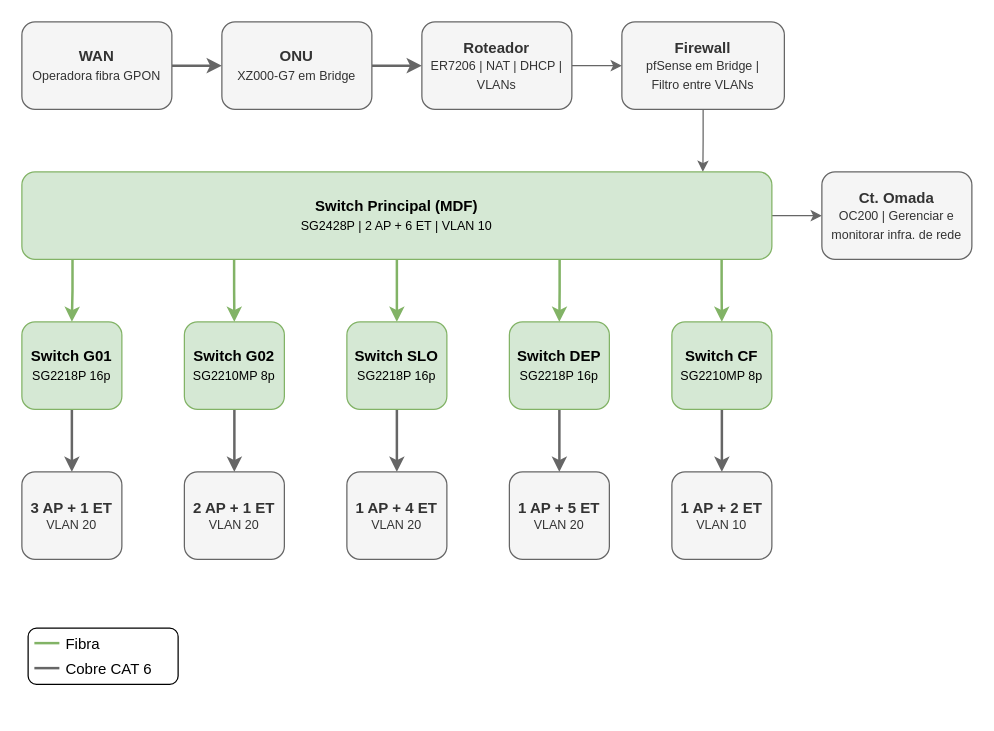
This is diagramas/PIGI-100 - Diagrama Topologia Lógica Rede.drawio from GabrielSchiavo/projeto-rede-fazenda, a draw.io file, before an edit. Source tidied: cells renumbered, new cells numbered last; positions are measured from the earlier drawing's top-left corner, leaving out a move shared by most shapes. Both pictures are drawn from the tidied source at 125%, with x=0, y=0 at pixel (21, 21).
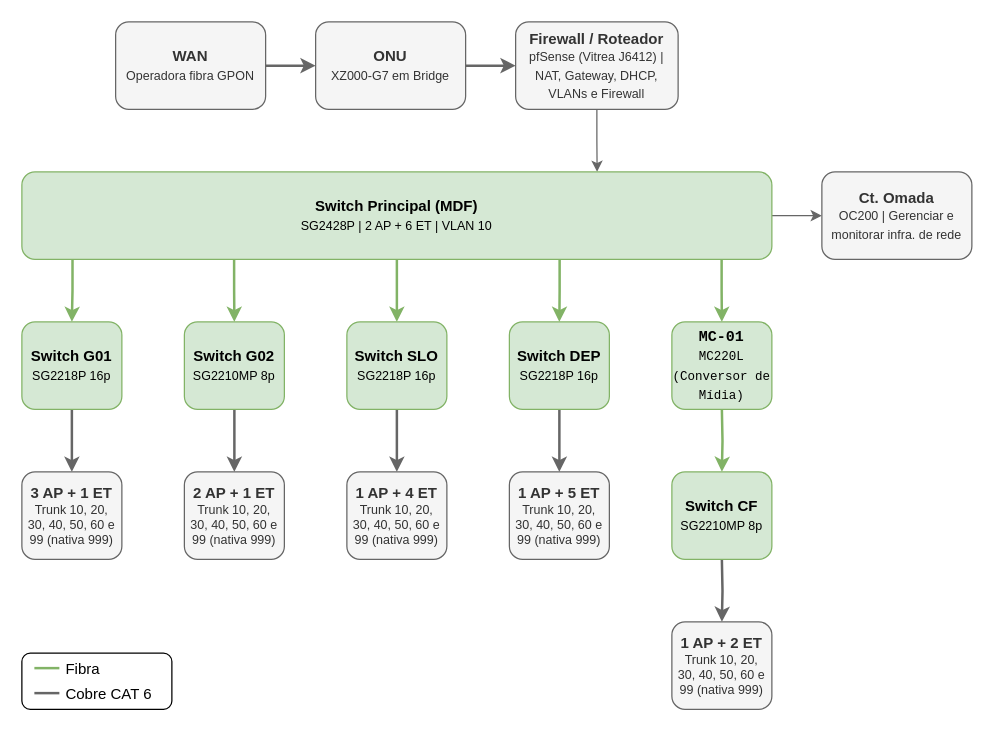
The same page after the edit.

Unchanged cells that the change refers to:
```xml
<mxCell id="14" value="&lt;div&gt;&lt;font&gt;&lt;b&gt;Switch Principal (MDF)&lt;/b&gt;&lt;/font&gt;&lt;/div&gt;&lt;font style=&quot;font-size: 10px;&quot;&gt;SG2428P | 2 AP + 6 ET | VLAN 10&lt;/font&gt;" style="whiteSpace=wrap;html=1;rounded=1;roundedPerimeter=1;verticalAlign=middle;fillColor=#d5e8d4;strokeColor=#82b366;" parent="1" vertex="1">
  <mxGeometry y="120" width="600" height="70" as="geometry" />
</mxCell>
```

What changed in the source:
```diff
@@
     <mxCell id="3" value="&lt;div&gt;&lt;font&gt;&lt;b&gt;&lt;font&gt;WAN&lt;/font&gt;&lt;/b&gt;&lt;/font&gt;&lt;/div&gt;&lt;div&gt;&lt;font style=&quot;font-size: 10px;&quot;&gt;Operadora fibra GPON&lt;/font&gt;&lt;/div&gt;" style="whiteSpace=wrap;html=1;rounded=1;roundedPerimeter=1;verticalAlign=middle;fillColor=#f5f5f5;fontColor=#333333;strokeColor=#666666;" parent="1" vertex="1">
-      <mxGeometry width="120" height="70" as="geometry" />
+      <mxGeometry x="75" width="120" height="70" as="geometry" />
     </mxCell>
     <mxCell id="4" style="edgeStyle=orthogonalEdgeStyle;rounded=0;jettySize=auto;html=1;entryX=0;entryY=0.5;entryDx=0;entryDy=0;fillColor=#f5f5f5;strokeColor=#666666;strokeWidth=2;" parent="1" edge="1" source="5">
       <mxGeometry relative="1" as="geometry">
-        <mxPoint x="320" y="35" as="targetPoint" />
+        <mxPoint x="395" y="35" as="targetPoint" />
       </mxGeometry>
     </mxCell>
     <mxCell id="5" value="&lt;div&gt;&lt;b&gt;&lt;font&gt;ONU&lt;/font&gt;&lt;/b&gt;&lt;/div&gt;&lt;div&gt;&lt;font style=&quot;font-size: 10px;&quot;&gt;XZ000-G7 em Bridge&lt;/font&gt;&lt;/div&gt;" style="whiteSpace=wrap;html=1;rounded=1;roundedPerimeter=1;verticalAlign=middle;fillColor=#f5f5f5;fontColor=#333333;strokeColor=#666666;" parent="1" vertex="1">
-      <mxGeometry x="160" width="120" height="70" as="geometry" />
+      <mxGeometry x="235" width="120" height="70" as="geometry" />
     </mxCell>
-    <mxCell id="6" style="edgeStyle=orthogonalEdgeStyle;rounded=0;jettySize=auto;html=1;entryX=0.908;entryY=0;entryDx=0;entryDy=0;defaultLabelBackgroundColor=page;labelPadding=0 4;strokeColor=#666666;" parent="1" edge="1" source="7" target="14">
+    <mxCell id="6" style="edgeStyle=orthogonalEdgeStyle;rounded=0;jettySize=auto;html=1;entryX=0.767;entryY=0;entryDx=0;entryDy=0;defaultLabelBackgroundColor=page;labelPadding=0 4;strokeColor=#666666;" parent="1" edge="1" source="7" target="14">
       <mxGeometry relative="1" as="geometry" />
     </mxCell>
-    <mxCell id="7" value="&lt;div&gt;&lt;b&gt;&lt;font&gt;Firewall&lt;/font&gt;&lt;/b&gt;&lt;/div&gt;&lt;div&gt;&lt;font style=&quot;font-size: 10px;&quot;&gt;pfSense em Bridge |&lt;br&gt;Filtro entre VLANs&lt;/font&gt;&lt;/div&gt;" style="whiteSpace=wrap;html=1;rounded=1;roundedPerimeter=1;verticalAlign=middle;fillColor=#f5f5f5;fontColor=#333333;strokeColor=#666666;" parent="1" vertex="1">
-      <mxGeometry x="480" width="130" height="70" as="geometry" />
+    <mxCell id="7" value="&lt;div&gt;&lt;b&gt;Firewall / Roteador&lt;/b&gt;&lt;/div&gt;&lt;div&gt;&lt;span style=&quot;font-size: 10px;&quot;&gt;pfSense (Vitrea J6412) | NAT, Gateway, DHCP, VLANs e Firewall&lt;/span&gt;&lt;/div&gt;" style="whiteSpace=wrap;html=1;rounded=1;roundedPerimeter=1;verticalAlign=middle;fillColor=#f5f5f5;fontColor=#333333;strokeColor=#666666;" parent="1" vertex="1">
+      <mxGeometry x="395" width="130" height="70" as="geometry" />
     </mxCell>
@@
-    <mxCell id="23" style="edgeStyle=orthogonalEdgeStyle;rounded=0;jettySize=auto;html=1;fillColor=#f5f5f5;strokeColor=#666666;strokeWidth=2;" parent="1" edge="1" source="24" target="29">
-      <mxGeometry relative="1" as="geometry" />
+    <mxCell id="23" style="edgeStyle=orthogonalEdgeStyle;rounded=0;jettySize=auto;html=1;fillColor=#f5f5f5;strokeColor=#666666;strokeWidth=2;" parent="1" edge="1" target="29">
+      <mxGeometry relative="1" as="geometry">
+        <mxPoint x="560" y="430" as="sourcePoint" />
+      </mxGeometry>
     </mxCell>
-    <mxCell id="24" value="&lt;div&gt;&lt;font&gt;&lt;b&gt;Switch CF&lt;/b&gt;&lt;/font&gt;&lt;/div&gt;&lt;font style=&quot;font-size: 10px;&quot;&gt;SG2210MP 8p&lt;/font&gt;" style="whiteSpace=wrap;html=1;rounded=1;roundedPerimeter=1;fillColor=#d5e8d4;strokeColor=#82b366;" parent="1" vertex="1">
+    <mxCell id="24" value="&lt;code dir=&quot;ltr&quot; style=&quot;&quot;&gt;&lt;b&gt;MC-01&lt;/b&gt;&lt;/code&gt;&lt;div&gt;&lt;code dir=&quot;ltr&quot; style=&quot;&quot;&gt;&lt;font style=&quot;font-size: 10px;&quot;&gt;MC220L (Conversor de Mídia)&lt;/font&gt;&lt;/code&gt;&lt;/div&gt;" style="whiteSpace=wrap;html=1;rounded=1;roundedPerimeter=1;fillColor=#d5e8d4;strokeColor=#82b366;" parent="1" vertex="1">
       <mxGeometry x="520" y="240" width="80" height="70" as="geometry" />
     </mxCell>
-    <mxCell id="25" value="&lt;font style=&quot;font-size: 12px;&quot;&gt;&lt;b&gt;3 AP + 1 ET&lt;/b&gt;&lt;/font&gt;&lt;br&gt;VLAN 20" style="whiteSpace=wrap;html=1;rounded=1;roundedPerimeter=1;fontSize=10;fillColor=#f5f5f5;fontColor=#333333;strokeColor=#666666;" parent="1" vertex="1">
+    <mxCell id="25" value="&lt;font style=&quot;font-size: 12px;&quot;&gt;&lt;b&gt;3 AP + 1 ET&lt;/b&gt;&lt;/font&gt;&lt;br&gt;Trunk 10, 20,&lt;div&gt;30, 40, 50, 60 e 99 (nativa 999)&lt;/div&gt;" style="whiteSpace=wrap;html=1;rounded=1;roundedPerimeter=1;fontSize=10;fillColor=#f5f5f5;fontColor=#333333;strokeColor=#666666;" parent="1" vertex="1">
       <mxGeometry y="360" width="80" height="70" as="geometry" />
     </mxCell>
-    <mxCell id="26" value="&lt;font style=&quot;font-size: 12px;&quot;&gt;&lt;b&gt;2 AP + 1 ET&lt;/b&gt;&lt;/font&gt;&lt;br&gt;VLAN 20" style="whiteSpace=wrap;html=1;rounded=1;roundedPerimeter=1;fontSize=10;fillColor=#f5f5f5;fontColor=#333333;strokeColor=#666666;" parent="1" vertex="1">
+    <mxCell id="26" value="&lt;font style=&quot;font-size: 12px;&quot;&gt;&lt;b&gt;2 AP + 1 ET&lt;/b&gt;&lt;/font&gt;&lt;br&gt;Trunk 10, 20,&lt;div&gt;30, 40, 50, 60 e 99 (nativa 999)&lt;/div&gt;" style="whiteSpace=wrap;html=1;rounded=1;roundedPerimeter=1;fontSize=10;fillColor=#f5f5f5;fontColor=#333333;strokeColor=#666666;" parent="1" vertex="1">
       <mxGeometry x="130" y="360" width="80" height="70" as="geometry" />
     </mxCell>
-    <mxCell id="27" value="&lt;font style=&quot;font-size: 12px;&quot;&gt;&lt;b&gt;1 AP + 4 ET&lt;/b&gt;&lt;/font&gt;&lt;br&gt;VLAN 20" style="whiteSpace=wrap;html=1;rounded=1;roundedPerimeter=1;fontSize=10;fillColor=#f5f5f5;fontColor=#333333;strokeColor=#666666;" parent="1" vertex="1">
+    <mxCell id="27" value="&lt;font style=&quot;font-size: 12px;&quot;&gt;&lt;b&gt;1 AP + 4 ET&lt;/b&gt;&lt;/font&gt;&lt;br&gt;Trunk 10, 20,&lt;div&gt;30, 40, 50, 60 e 99 (nativa 999)&lt;/div&gt;" style="whiteSpace=wrap;html=1;rounded=1;roundedPerimeter=1;fontSize=10;fillColor=#f5f5f5;fontColor=#333333;strokeColor=#666666;" parent="1" vertex="1">
       <mxGeometry x="260" y="360" width="80" height="70" as="geometry" />
     </mxCell>
-    <mxCell id="28" value="&lt;b&gt;&lt;font style=&quot;font-size: 12px;&quot;&gt;1 AP + 5 ET&lt;/font&gt;&lt;/b&gt;&lt;br&gt;VLAN 20" style="whiteSpace=wrap;html=1;rounded=1;roundedPerimeter=1;fontSize=10;fillColor=#f5f5f5;fontColor=#333333;strokeColor=#666666;strokeWidth=1;" parent="1" vertex="1">
+    <mxCell id="28" value="&lt;b&gt;&lt;font style=&quot;font-size: 12px;&quot;&gt;1 AP + 5 ET&lt;/font&gt;&lt;/b&gt;&lt;br&gt;Trunk 10, 20,&lt;div&gt;30, 40, 50, 60 e 99 (nativa 999)&lt;/div&gt;" style="whiteSpace=wrap;html=1;rounded=1;roundedPerimeter=1;fontSize=10;fillColor=#f5f5f5;fontColor=#333333;strokeColor=#666666;strokeWidth=1;" parent="1" vertex="1">
       <mxGeometry x="390" y="360" width="80" height="70" as="geometry" />
     </mxCell>
-    <mxCell id="29" value="&lt;b&gt;&lt;font style=&quot;font-size: 12px;&quot;&gt;1 AP + 2 ET&lt;/font&gt;&lt;/b&gt;&lt;br&gt;VLAN 10" style="whiteSpace=wrap;html=1;rounded=1;roundedPerimeter=1;fontSize=10;fillColor=#f5f5f5;fontColor=#333333;strokeColor=#666666;" parent="1" vertex="1">
-      <mxGeometry x="520" y="360" width="80" height="70" as="geometry" />
+    <mxCell id="29" value="&lt;b&gt;&lt;font style=&quot;font-size: 12px;&quot;&gt;1 AP + 2 ET&lt;/font&gt;&lt;/b&gt;&lt;br&gt;Trunk 10, 20,&lt;div&gt;30, 40, 50, 60 e 99 (nativa 999)&lt;/div&gt;" style="whiteSpace=wrap;html=1;rounded=1;roundedPerimeter=1;fontSize=10;fillColor=#f5f5f5;fontColor=#333333;strokeColor=#666666;" parent="1" vertex="1">
+      <mxGeometry x="520" y="480" width="80" height="70" as="geometry" />
     </mxCell>
@@
-    <mxCell id="31" style="group;" parent="1" vertex="1">
-      <mxGeometry x="10" y="490" width="115" height="45" as="geometry" />
-    </mxCell>
+    <mxCell id="40" style="edgeStyle=orthogonalEdgeStyle;rounded=0;jettySize=auto;html=1;exitX=0.933;exitY=1;exitDx=0;exitDy=0;strokeWidth=2;fillColor=#d5e8d4;strokeColor=#82b366;" parent="1" edge="1" target="41">
+      <mxGeometry relative="1" as="geometry">
+        <mxPoint x="560" y="310" as="sourcePoint" />
+      </mxGeometry>
+    </mxCell>
-    <mxCell id="32" style="rounded=1;whiteSpace=wrap;html=1;" parent="31" vertex="1">
-      <mxGeometry x="-5" y="-5" width="120" height="45" as="geometry" />
+    <mxCell id="32" style="rounded=1;whiteSpace=wrap;html=1;" parent="1" vertex="1">
+      <mxGeometry y="505" width="120" height="45" as="geometry" />
     </mxCell>
+    <mxCell id="41" value="&lt;div&gt;&lt;font&gt;&lt;b&gt;Switch CF&lt;/b&gt;&lt;/font&gt;&lt;/div&gt;&lt;font style=&quot;font-size: 10px;&quot;&gt;SG2210MP 8p&lt;/font&gt;" style="whiteSpace=wrap;html=1;rounded=1;roundedPerimeter=1;fillColor=#d5e8d4;strokeColor=#82b366;" parent="1" vertex="1">
+      <mxGeometry x="520" y="360" width="80" height="70" as="geometry" />
+    </mxCell>
+    <mxCell id="42" style="group;" parent="1" vertex="1">
+      <mxGeometry x="10" y="510" width="50" height="15" as="geometry" />
+    </mxCell>
-    <mxCell id="33" style="edgeStyle=none;orthogonalLoop=1;jettySize=auto;html=1;rounded=0;endArrow=none;endFill=0;fontColor=#00FF80;strokeColor=#82b366;fillColor=#d5e8d4;strokeWidth=2;" parent="31" edge="1">
+    <mxCell id="33" style="edgeStyle=none;orthogonalLoop=1;jettySize=auto;html=1;rounded=0;endArrow=none;endFill=0;fontColor=#00FF80;strokeColor=#82b366;fillColor=#d5e8d4;strokeWidth=2;" parent="42" edge="1">
       <mxGeometry relative="1" as="geometry">
         <mxPoint y="7" as="sourcePoint" />
         <mxPoint x="20" y="7" as="targetPoint" />
       </mxGeometry>
     </mxCell>
-    <mxCell id="34" value="&lt;font style=&quot;font-size: 12px;&quot;&gt;&amp;nbsp;Fibra&lt;/font&gt;" style="text;html=1;whiteSpace=wrap;strokeColor=none;fillColor=none;align=left;verticalAlign=middle;rounded=0;fontSize=10;" parent="31" vertex="1">
+    <mxCell id="34" value="&lt;font style=&quot;font-size: 12px;&quot;&gt;&amp;nbsp;Fibra&lt;/font&gt;" style="text;html=1;whiteSpace=wrap;strokeColor=none;fillColor=none;align=left;verticalAlign=middle;rounded=0;fontSize=10;" parent="42" vertex="1">
       <mxGeometry x="20" width="30" height="15" as="geometry" />
     </mxCell>
     <mxCell id="35" style="group;" parent="1" vertex="1">
-      <mxGeometry x="10" y="510" width="100" height="15" as="geometry" />
+      <mxGeometry x="10" y="530" width="100" height="15" as="geometry" />
     </mxCell>
@@
-    <mxCell id="38" style="edgeStyle=orthogonalEdgeStyle;rounded=0;jettySize=auto;html=1;entryX=0;entryY=0.5;entryDx=0;entryDy=0;defaultLabelBackgroundColor=page;labelPadding=0 4;strokeColor=#666666;" parent="1" edge="1" source="39" target="7">
-      <mxGeometry relative="1" as="geometry" />
-    </mxCell>
-    <mxCell id="39" value="&lt;div&gt;&lt;b&gt;Roteador&lt;/b&gt;&lt;/div&gt;&lt;div&gt;&lt;font style=&quot;font-size: 10px;&quot;&gt;ER7206 | NAT | DHCP |&lt;br&gt;VLANs&lt;/font&gt;&lt;/div&gt;" style="whiteSpace=wrap;html=1;rounded=1;roundedPerimeter=1;verticalAlign=middle;fillColor=#f5f5f5;fontColor=#333333;strokeColor=#666666;" parent="1" vertex="1">
-      <mxGeometry x="320" width="120" height="70" as="geometry" />
-    </mxCell>
```
